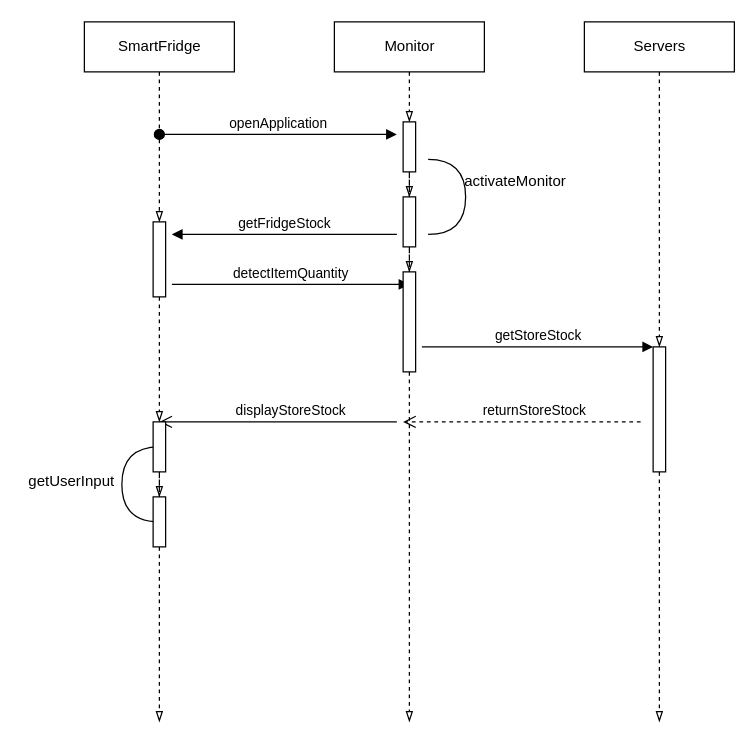
Before: page "SequenceDiagram_SmartFridge" (2 of 2) of FinalExample.drawio in nateqdruen/CISC210Final, a draw.io diagram. Source tidied: cells renumbered, new cells numbered last; positions are measured from the earlier drawing's top-left corner, leaving out a move shared by most shapes. Both pictures are drawn from the tidied source at 125%, with x=0, y=0 at pixel (21, 21).
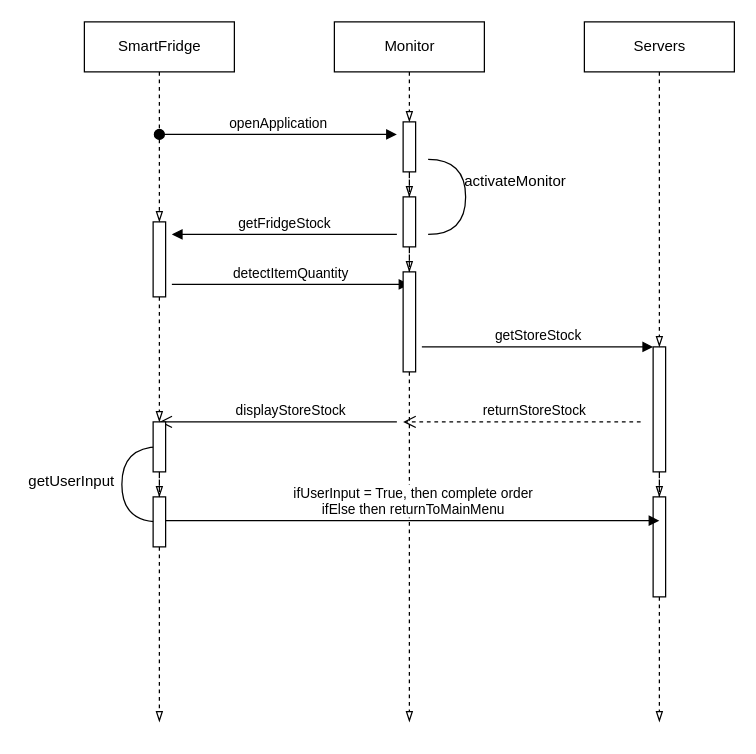
The same page after the edit.

Unchanged cells that the change refers to:
```xml
<mxCell id="22" style="html=1;points=[];perimeter=orthogonalPerimeter;" parent="1" vertex="1">
  <mxGeometry x="505" y="260" width="10" height="100" as="geometry" />
</mxCell>
```

Diff of the diagram source:
```diff
@@
-    <mxCell id="6" style="edgeStyle=orthogonalEdgeStyle;rounded=0;jettySize=auto;html=1;endArrow=blockThin;endFill=0;dashed=1;" parent="1" edge="1" source="22">
+    <mxCell id="6" style="edgeStyle=orthogonalEdgeStyle;rounded=0;jettySize=auto;html=1;endArrow=blockThin;endFill=0;dashed=1;" parent="1" edge="1" source="32">
       <mxGeometry relative="1" as="geometry">
         <mxPoint x="510" y="560" as="targetPoint" />
       </mxGeometry>
     </mxCell>
@@
+    <mxCell id="32" style="html=1;points=[];perimeter=orthogonalPerimeter;" parent="1" vertex="1">
+      <mxGeometry x="505" y="380" width="10" height="80" as="geometry" />
+    </mxCell>
+    <mxCell id="33" style="edgeStyle=orthogonalEdgeStyle;rounded=0;jettySize=auto;html=1;endArrow=blockThin;endFill=0;dashed=1;" parent="1" edge="1" source="22" target="32">
+      <mxGeometry relative="1" as="geometry" />
+    </mxCell>
+    <mxCell id="34" value="&lt;div&gt;ifUserInput = True, then complete order &lt;br&gt;&lt;/div&gt;&lt;div&gt;ifElse then returnToMainMenu&lt;br&gt;&lt;/div&gt;" style="html=1;verticalAlign=bottom;endArrow=block;entryX=0.5;entryY=0.238;entryDx=0;entryDy=0;entryPerimeter=0;" parent="1" edge="1" target="32">
+      <mxGeometry relative="1" as="geometry">
+        <mxPoint x="115" y="399" as="sourcePoint" />
+      </mxGeometry>
+    </mxCell>
```
